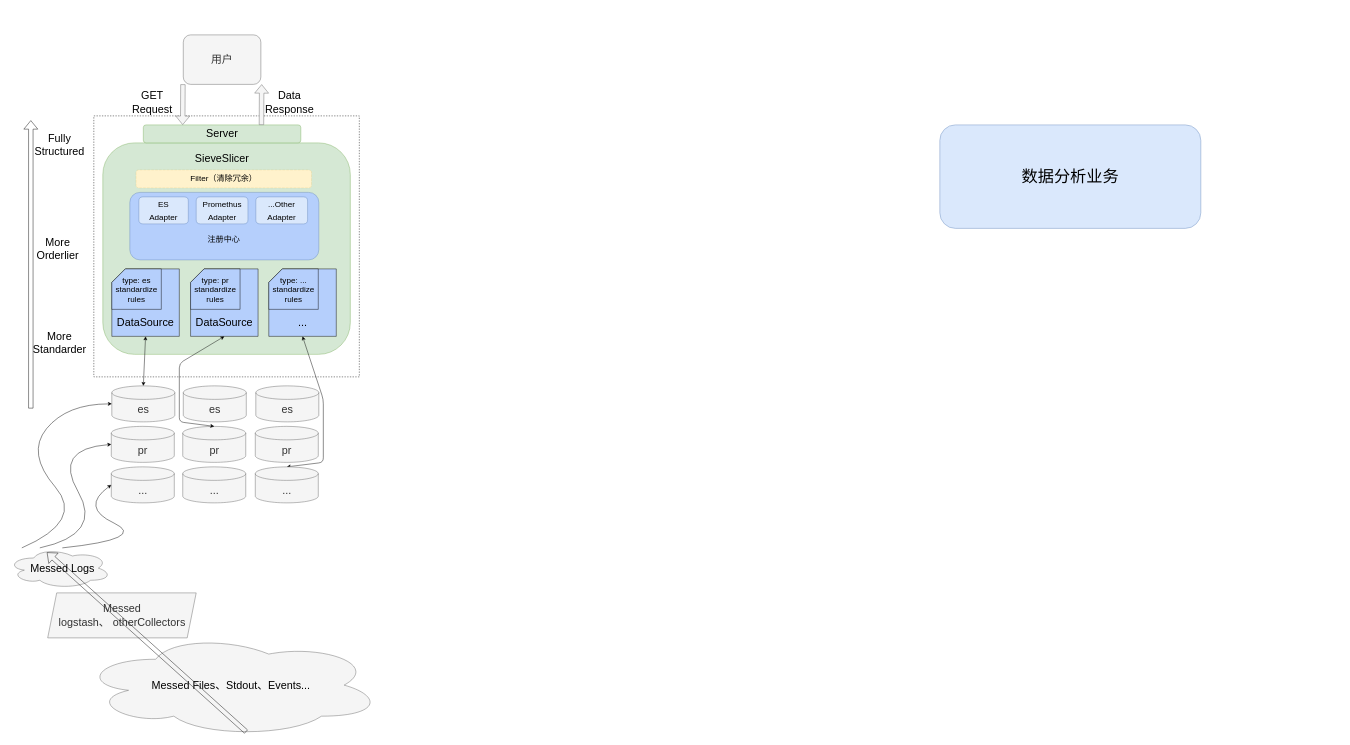
Earlier version of the draw.io diagram SieveSlicer.drawio (SevDaisy/draw-io-lib). Source tidied: cells renumbered, new cells numbered last; positions are measured from the earlier drawing's top-left corner, leaving out a move shared by most shapes. Both pictures are drawn from the tidied source at 45%, with x=0, y=0 at pixel (8, 35). Pictures stored in the file or linked from it are replaced by grey dashed boxes.
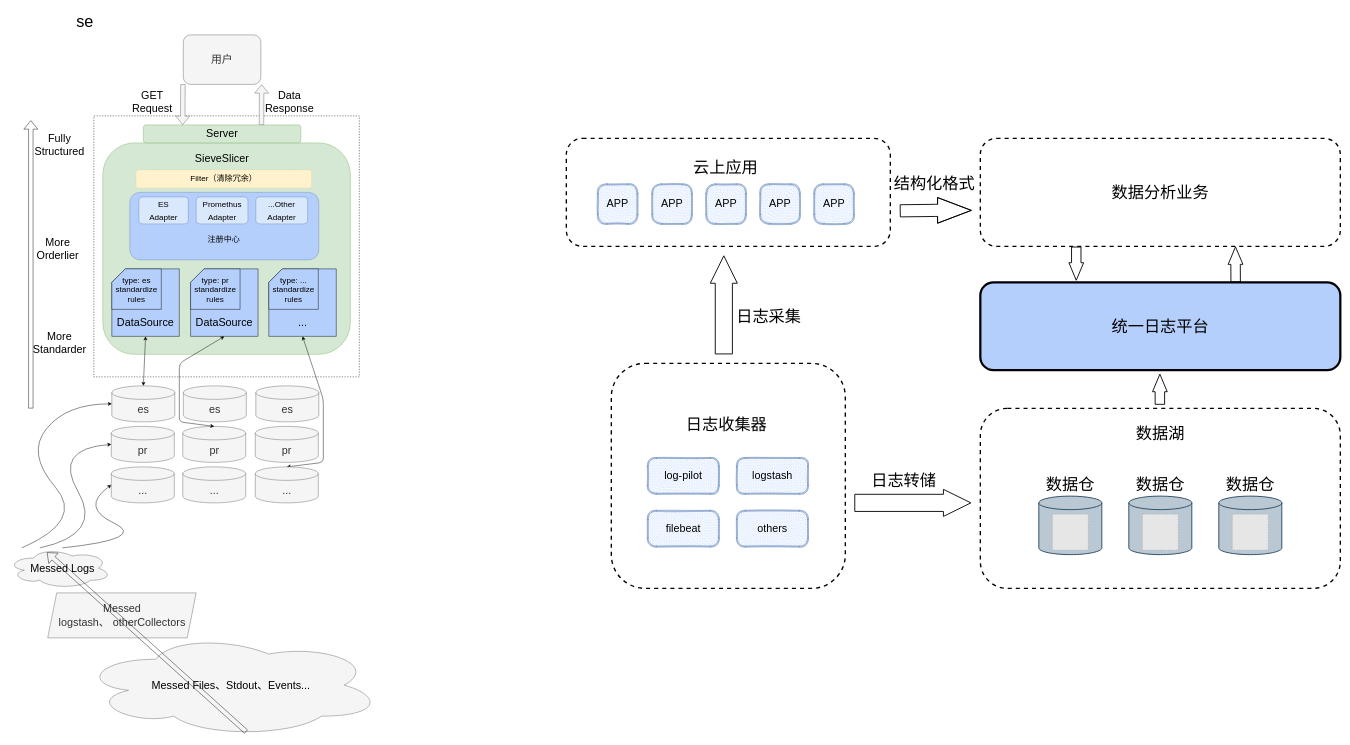
After the change.

What changed in the source:
```diff
@@
+    <mxCell id="63" value="se" style="text;html=1;align=center;verticalAlign=middle;fillColor=none;strokeColor=none;rounded=0;dashed=1;strokeWidth=3;fontFamily=Helvetica;fontSize=36;fontColor=default;" parent="1" vertex="1">
+      <mxGeometry x="141" y="-60" width="60" height="60" as="geometry" />
+    </mxCell>
+    <mxCell id="64" value="&lt;font style=&quot;font-size: 36px;&quot;&gt;统一日志平台&lt;/font&gt;" style="rounded=1;whiteSpace=wrap;html=1;strokeColor=#000000;strokeWidth=5;fontFamily=Helvetica;fontSize=12;fillColor=#B5CFFC;sketch=0;glass=0;shadow=0;fillStyle=solid;" parent="1" vertex="1">
+      <mxGeometry x="2161" y="550" width="800" height="195" as="geometry" />
+    </mxCell>
+    <mxCell id="65" style="group;" parent="1" vertex="1">
+      <mxGeometry x="1241" y="230" width="1720" height="240" as="geometry" />
+    </mxCell>
-    <mxCell id="62" value="&lt;font style=&quot;font-size: 36px;&quot;&gt;数据分析业务&lt;/font&gt;" style="rounded=1;whiteSpace=wrap;html=1;fillColor=#dae8fc;strokeColor=#6c8ebf;" parent="1" vertex="1">
-      <mxGeometry x="2071" y="200" width="580" height="230" as="geometry" />
+    <mxCell id="62" value="&lt;font style=&quot;font-size: 36px;&quot;&gt;数据分析业务&lt;/font&gt;" style="rounded=1;whiteSpace=wrap;html=1;strokeWidth=3;dashed=1;" parent="65" vertex="1">
+      <mxGeometry x="920" width="800" height="240" as="geometry" />
     </mxCell>
+    <mxCell id="66" style="group;" parent="65" vertex="1">
+      <mxGeometry width="912" height="240" as="geometry" />
+    </mxCell>
+    <mxCell id="67" style="group;" parent="66" vertex="1">
+      <mxGeometry width="720" height="240" as="geometry" />
+    </mxCell>
+    <mxCell id="68" style="rounded=1;whiteSpace=wrap;html=1;fillColor=none;dashed=1;strokeWidth=3;" parent="67" vertex="1">
+      <mxGeometry width="720" height="240" as="geometry" />
+    </mxCell>
+    <mxCell id="69" value="&lt;span style=&quot;color: rgb(0, 0, 0); font-family: Helvetica; font-size: 36px; font-style: normal; font-variant-ligatures: normal; font-variant-caps: normal; font-weight: 400; letter-spacing: normal; orphans: 2; text-align: center; text-indent: 0px; text-transform: none; widows: 2; word-spacing: 0px; -webkit-text-stroke-width: 0px; text-decoration-thickness: initial; text-decoration-style: initial; text-decoration-color: initial; float: none; display: inline !important;&quot;&gt;云上应用&lt;/span&gt;" style="text;html=1;fillColor=none;align=center;verticalAlign=middle;whiteSpace=wrap;rounded=0;fontFamily=Helvetica;fontSize=12;labelBackgroundColor=none;" parent="67" vertex="1">
+      <mxGeometry x="159" y="10" width="390" height="110" as="geometry" />
+    </mxCell>
+    <mxCell id="70" value="&lt;font style=&quot;font-size: 24px;&quot;&gt;APP&lt;/font&gt;" style="shape=ext;double=1;whiteSpace=wrap;html=1;rounded=1;strokeColor=#6c8ebf;fontFamily=Helvetica;fontSize=12;fontColor=default;fillColor=#B5CFFC;arcSize=24;sketch=1;fillStyle=dashed;" parent="67" vertex="1">
+      <mxGeometry x="69" y="101" width="90" height="90" as="geometry" />
+    </mxCell>
+    <mxCell id="71" value="&lt;font style=&quot;font-size: 24px;&quot;&gt;APP&lt;/font&gt;" style="shape=ext;double=1;whiteSpace=wrap;html=1;rounded=1;strokeColor=#6c8ebf;fontFamily=Helvetica;fontSize=12;fontColor=default;fillColor=#B5CFFC;arcSize=24;glass=0;shadow=0;sketch=1;fillStyle=dashed;" parent="67" vertex="1">
+      <mxGeometry x="190" y="101" width="90" height="90" as="geometry" />
+    </mxCell>
+    <mxCell id="72" value="&lt;font style=&quot;font-size: 24px;&quot;&gt;APP&lt;/font&gt;" style="shape=ext;double=1;whiteSpace=wrap;html=1;rounded=1;strokeColor=#6c8ebf;fontFamily=Helvetica;fontSize=12;fontColor=default;fillColor=#B5CFFC;arcSize=24;sketch=1;fillStyle=dashed;" parent="67" vertex="1">
+      <mxGeometry x="310" y="101" width="90" height="90" as="geometry" />
+    </mxCell>
+    <mxCell id="73" value="&lt;font style=&quot;font-size: 24px;&quot;&gt;APP&lt;/font&gt;" style="shape=ext;double=1;whiteSpace=wrap;html=1;rounded=1;strokeColor=#6c8ebf;fontFamily=Helvetica;fontSize=12;fontColor=default;fillColor=#B5CFFC;arcSize=24;sketch=1;fillStyle=dashed;" parent="67" vertex="1">
+      <mxGeometry x="430" y="101" width="90" height="90" as="geometry" />
+    </mxCell>
+    <mxCell id="74" value="&lt;font style=&quot;font-size: 24px;&quot;&gt;APP&lt;/font&gt;" style="shape=ext;double=1;whiteSpace=wrap;html=1;rounded=1;strokeColor=#6c8ebf;fontFamily=Helvetica;fontSize=12;fontColor=default;fillColor=#B5CFFC;arcSize=24;sketch=1;fillStyle=dashed;" parent="67" vertex="1">
+      <mxGeometry x="550" y="101" width="90" height="90" as="geometry" />
+    </mxCell>
+    <mxCell id="75" style="group;" parent="66" vertex="1">
+      <mxGeometry x="720" y="80" width="192" height="80" as="geometry" />
+    </mxCell>
+    <mxCell id="76" style="shape=flexArrow;endArrow=classic;html=1;rounded=0;fontFamily=Helvetica;fontSize=36;fontColor=default;width=26;endSize=24.34;endWidth=28;strokeWidth=2;" parent="75" edge="1">
+      <mxGeometry relative="1" as="geometry">
+        <mxPoint x="21" y="81" as="sourcePoint" />
+        <mxPoint x="181" y="80" as="targetPoint" />
+        <Array as="points">
+          <mxPoint x="101" y="80" />
+        </Array>
+      </mxGeometry>
+    </mxCell>
+    <mxCell id="77" value="结构化格式" style="text;html=1;strokeColor=none;fillColor=none;align=center;verticalAlign=middle;whiteSpace=wrap;rounded=0;dashed=1;strokeWidth=3;fontFamily=Helvetica;fontSize=36;fontColor=default;" parent="75" vertex="1">
+      <mxGeometry x="2" y="4" width="192" height="30" as="geometry" />
+    </mxCell>
+    <mxCell id="78" style="group;" parent="1" vertex="1">
+      <mxGeometry x="2161" y="830" width="800" height="400" as="geometry" />
+    </mxCell>
+    <mxCell id="79" style="rounded=1;whiteSpace=wrap;html=1;dashed=1;strokeColor=default;strokeWidth=3;fontFamily=Helvetica;fontSize=36;fontColor=default;fillColor=default;gradientColor=none;" parent="78" vertex="1">
+      <mxGeometry width="800" height="400" as="geometry" />
+    </mxCell>
+    <mxCell id="80" value="数据湖" style="text;html=1;strokeColor=none;fillColor=none;align=center;verticalAlign=middle;whiteSpace=wrap;rounded=0;dashed=1;strokeWidth=3;fontFamily=Helvetica;fontSize=36;fontColor=default;" parent="78" vertex="1">
+      <mxGeometry x="305" y="40" width="190" height="30" as="geometry" />
+    </mxCell>
+    <mxCell id="81" style="group;" parent="78" vertex="1">
+      <mxGeometry x="120" y="160" width="160" height="165" as="geometry" />
+    </mxCell>
+    <mxCell id="82" value="数据仓" style="text;html=1;strokeColor=none;fillColor=none;align=center;verticalAlign=middle;whiteSpace=wrap;rounded=0;dashed=1;strokeWidth=3;fontFamily=Helvetica;fontSize=36;fontColor=default;" parent="81" vertex="1">
+      <mxGeometry width="160" height="20" as="geometry" />
+    </mxCell>
+    <mxCell id="83" style="shape=cylinder3;whiteSpace=wrap;html=1;boundedLbl=1;backgroundOutline=1;size=15;rounded=1;strokeColor=#23445d;strokeWidth=2;fontFamily=Helvetica;fontSize=36;fillColor=#bac8d3;" parent="81" vertex="1">
+      <mxGeometry x="10" y="35" width="140" height="130" as="geometry" />
+    </mxCell>
+    <mxCell id="84" style="fillColor=#E6E6E6;strokeColor=#999999;dashed=1;verticalLabelPosition=bottom;labelBackgroundColor=default;verticalAlign=top;" parent="81" vertex="1">
+      <mxGeometry x="40" y="75" width="80" height="80" as="geometry" />
+    </mxCell>
+    <mxCell id="85" style="group;" parent="78" vertex="1">
+      <mxGeometry x="520" y="160" width="160" height="165" as="geometry" />
+    </mxCell>
+    <mxCell id="86" value="数据仓" style="text;html=1;strokeColor=none;fillColor=none;align=center;verticalAlign=middle;whiteSpace=wrap;rounded=0;dashed=1;strokeWidth=3;fontFamily=Helvetica;fontSize=36;fontColor=default;" parent="85" vertex="1">
+      <mxGeometry width="160" height="20" as="geometry" />
+    </mxCell>
+    <mxCell id="87" style="shape=cylinder3;whiteSpace=wrap;html=1;boundedLbl=1;backgroundOutline=1;size=15;rounded=1;strokeColor=#23445d;strokeWidth=2;fontFamily=Helvetica;fontSize=36;fillColor=#bac8d3;" parent="85" vertex="1">
+      <mxGeometry x="10" y="35" width="140" height="130" as="geometry" />
+    </mxCell>
+    <mxCell id="88" style="fillColor=#E6E6E6;strokeColor=#999999;dashed=1;verticalLabelPosition=bottom;labelBackgroundColor=default;verticalAlign=top;" parent="85" vertex="1">
+      <mxGeometry x="40" y="75" width="80" height="80" as="geometry" />
+    </mxCell>
+    <mxCell id="89" style="group;" parent="78" vertex="1">
+      <mxGeometry x="320" y="160" width="160" height="165" as="geometry" />
+    </mxCell>
+    <mxCell id="90" value="数据仓" style="text;html=1;strokeColor=none;fillColor=none;align=center;verticalAlign=middle;whiteSpace=wrap;rounded=0;dashed=1;strokeWidth=3;fontFamily=Helvetica;fontSize=36;fontColor=default;" parent="89" vertex="1">
+      <mxGeometry width="160" height="20" as="geometry" />
+    </mxCell>
+    <mxCell id="91" style="shape=cylinder3;whiteSpace=wrap;html=1;boundedLbl=1;backgroundOutline=1;size=15;rounded=1;strokeColor=#23445d;strokeWidth=2;fontFamily=Helvetica;fontSize=36;fillColor=#bac8d3;" parent="89" vertex="1">
+      <mxGeometry x="10" y="35" width="140" height="130" as="geometry" />
+    </mxCell>
+    <mxCell id="92" style="fillColor=#E6E6E6;strokeColor=#999999;dashed=1;verticalLabelPosition=bottom;labelBackgroundColor=default;verticalAlign=top;" parent="89" vertex="1">
+      <mxGeometry x="40" y="75" width="80" height="80" as="geometry" />
+    </mxCell>
+    <mxCell id="93" style="group;" parent="1" vertex="1">
+      <mxGeometry x="1341" y="730" width="520" height="500" as="geometry" />
+    </mxCell>
+    <mxCell id="94" style="rounded=1;whiteSpace=wrap;html=1;fillColor=none;dashed=1;strokeWidth=3;" parent="93" vertex="1">
+      <mxGeometry width="520" height="500" as="geometry" />
+    </mxCell>
+    <mxCell id="95" value="&lt;span style=&quot;color: rgb(0, 0, 0); font-family: Helvetica; font-size: 36px; font-style: normal; font-variant-ligatures: normal; font-variant-caps: normal; font-weight: 400; letter-spacing: normal; orphans: 2; text-align: center; text-indent: 0px; text-transform: none; widows: 2; word-spacing: 0px; -webkit-text-stroke-width: 0px; text-decoration-thickness: initial; text-decoration-style: initial; text-decoration-color: initial; float: none; display: inline !important;&quot;&gt;日志收集器&lt;/span&gt;" style="text;html=1;fillColor=none;align=center;verticalAlign=middle;whiteSpace=wrap;rounded=0;fontFamily=Helvetica;fontSize=12;labelBackgroundColor=none;" parent="93" vertex="1">
+      <mxGeometry x="114.8" y="20.8" width="281.7" height="229.2" as="geometry" />
+    </mxCell>
+    <mxCell id="96" value="&lt;font style=&quot;font-size: 24px;&quot;&gt;log-pilot&lt;/font&gt;" style="shape=ext;double=1;whiteSpace=wrap;html=1;rounded=1;strokeColor=#6c8ebf;fontFamily=Helvetica;fontSize=12;fontColor=default;fillColor=#B5CFFC;arcSize=24;sketch=1;fillStyle=dashed;" parent="93" vertex="1">
+      <mxGeometry x="80" y="209.2" width="160" height="81.6" as="geometry" />
+    </mxCell>
+    <mxCell id="97" value="&lt;font style=&quot;font-size: 24px;&quot;&gt;logstash&lt;/font&gt;" style="shape=ext;double=1;whiteSpace=wrap;html=1;rounded=1;strokeColor=#6c8ebf;fontFamily=Helvetica;fontSize=12;fontColor=default;fillColor=#B5CFFC;arcSize=24;sketch=1;fillStyle=dashed;" parent="93" vertex="1">
+      <mxGeometry x="278" y="209.2" width="160" height="81.6" as="geometry" />
+    </mxCell>
+    <mxCell id="98" value="&lt;span style=&quot;font-size: 24px;&quot;&gt;filebeat&lt;/span&gt;" style="shape=ext;double=1;whiteSpace=wrap;html=1;rounded=1;strokeColor=#6c8ebf;fontFamily=Helvetica;fontSize=12;fontColor=default;fillColor=#B5CFFC;arcSize=24;sketch=1;fillStyle=dashed;" parent="93" vertex="1">
+      <mxGeometry x="80" y="326.5" width="160" height="81.6" as="geometry" />
+    </mxCell>
+    <mxCell id="99" value="&lt;font style=&quot;font-size: 24px;&quot;&gt;others&lt;/font&gt;" style="shape=ext;double=1;whiteSpace=wrap;html=1;rounded=1;strokeColor=#6c8ebf;fontFamily=Helvetica;fontSize=12;fontColor=default;fillColor=#B5CFFC;arcSize=24;sketch=1;fillStyle=dashed;" parent="93" vertex="1">
+      <mxGeometry x="278" y="326.5" width="160" height="81.6" as="geometry" />
+    </mxCell>
+    <mxCell id="100" style="shape=flexArrow;endArrow=classic;html=1;rounded=0;strokeWidth=2;fontFamily=Helvetica;fontSize=36;fontColor=default;width=37.083333333333336;endSize=19.652083333333334;" parent="1" edge="1">
+      <mxGeometry relative="1" as="geometry">
+        <mxPoint x="1591" y="710" as="sourcePoint" />
+        <mxPoint x="1591" y="490" as="targetPoint" />
+      </mxGeometry>
+    </mxCell>
+    <mxCell id="101" style="shape=flexArrow;endArrow=classic;html=1;rounded=0;strokeWidth=2;fontFamily=Helvetica;fontSize=36;fontColor=default;width=37.083333333333336;endSize=19.652083333333334;" parent="1" edge="1">
+      <mxGeometry relative="1" as="geometry">
+        <mxPoint x="1881" y="1040" as="sourcePoint" />
+        <mxPoint x="2141" y="1040" as="targetPoint" />
+      </mxGeometry>
+    </mxCell>
+    <mxCell id="102" value="日志采集" style="text;html=1;strokeColor=none;fillColor=none;align=center;verticalAlign=middle;whiteSpace=wrap;rounded=0;dashed=1;strokeWidth=3;fontFamily=Helvetica;fontSize=36;fontColor=default;" parent="1" vertex="1">
+      <mxGeometry x="1591" y="610" width="200" height="30" as="geometry" />
+    </mxCell>
+    <mxCell id="103" value="日志转储" style="text;html=1;strokeColor=none;fillColor=none;align=center;verticalAlign=middle;whiteSpace=wrap;rounded=0;dashed=1;strokeWidth=3;fontFamily=Helvetica;fontSize=36;fontColor=default;" parent="1" vertex="1">
+      <mxGeometry x="1891" y="975" width="200" height="30" as="geometry" />
+    </mxCell>
+    <mxCell id="104" style="shape=flexArrow;endArrow=classic;html=1;rounded=0;strokeWidth=2;fontFamily=Helvetica;fontSize=36;fontColor=default;exitX=0.174;exitY=1.002;exitDx=0;exitDy=0;exitPerimeter=0;entryX=0.174;entryY=-0.019;entryDx=0;entryDy=0;entryPerimeter=0;width=20;endWidth=9.743589743589745;endSize=12.323076923076924;" parent="1" edge="1">
+      <mxGeometry relative="1" as="geometry">
+        <mxPoint x="2374.2" y="470.5" as="sourcePoint" />
+        <mxPoint x="2374.2" y="546.3" as="targetPoint" />
+      </mxGeometry>
+    </mxCell>
+    <mxCell id="105" style="shape=flexArrow;endArrow=classic;html=1;rounded=0;strokeWidth=2;fontFamily=Helvetica;fontSize=36;fontColor=default;exitX=0.763;exitY=0;exitDx=0;exitDy=0;exitPerimeter=0;width=20;endWidth=9.743589743589745;endSize=12.323076923076924;" parent="1" edge="1">
+      <mxGeometry relative="1" as="geometry">
+        <mxPoint x="2728.4" y="550" as="sourcePoint" />
+        <mxPoint x="2728" y="470" as="targetPoint" />
+      </mxGeometry>
+    </mxCell>
+    <mxCell id="106" style="shape=flexArrow;endArrow=classic;html=1;rounded=0;strokeWidth=2;fontFamily=Helvetica;fontSize=36;fontColor=default;width=20;endWidth=9.743589743589745;endSize=12.323076923076924;" parent="1" edge="1">
+      <mxGeometry relative="1" as="geometry">
+        <mxPoint x="2560" y="822" as="sourcePoint" />
+        <mxPoint x="2560" y="753" as="targetPoint" />
+      </mxGeometry>
+    </mxCell>
```
